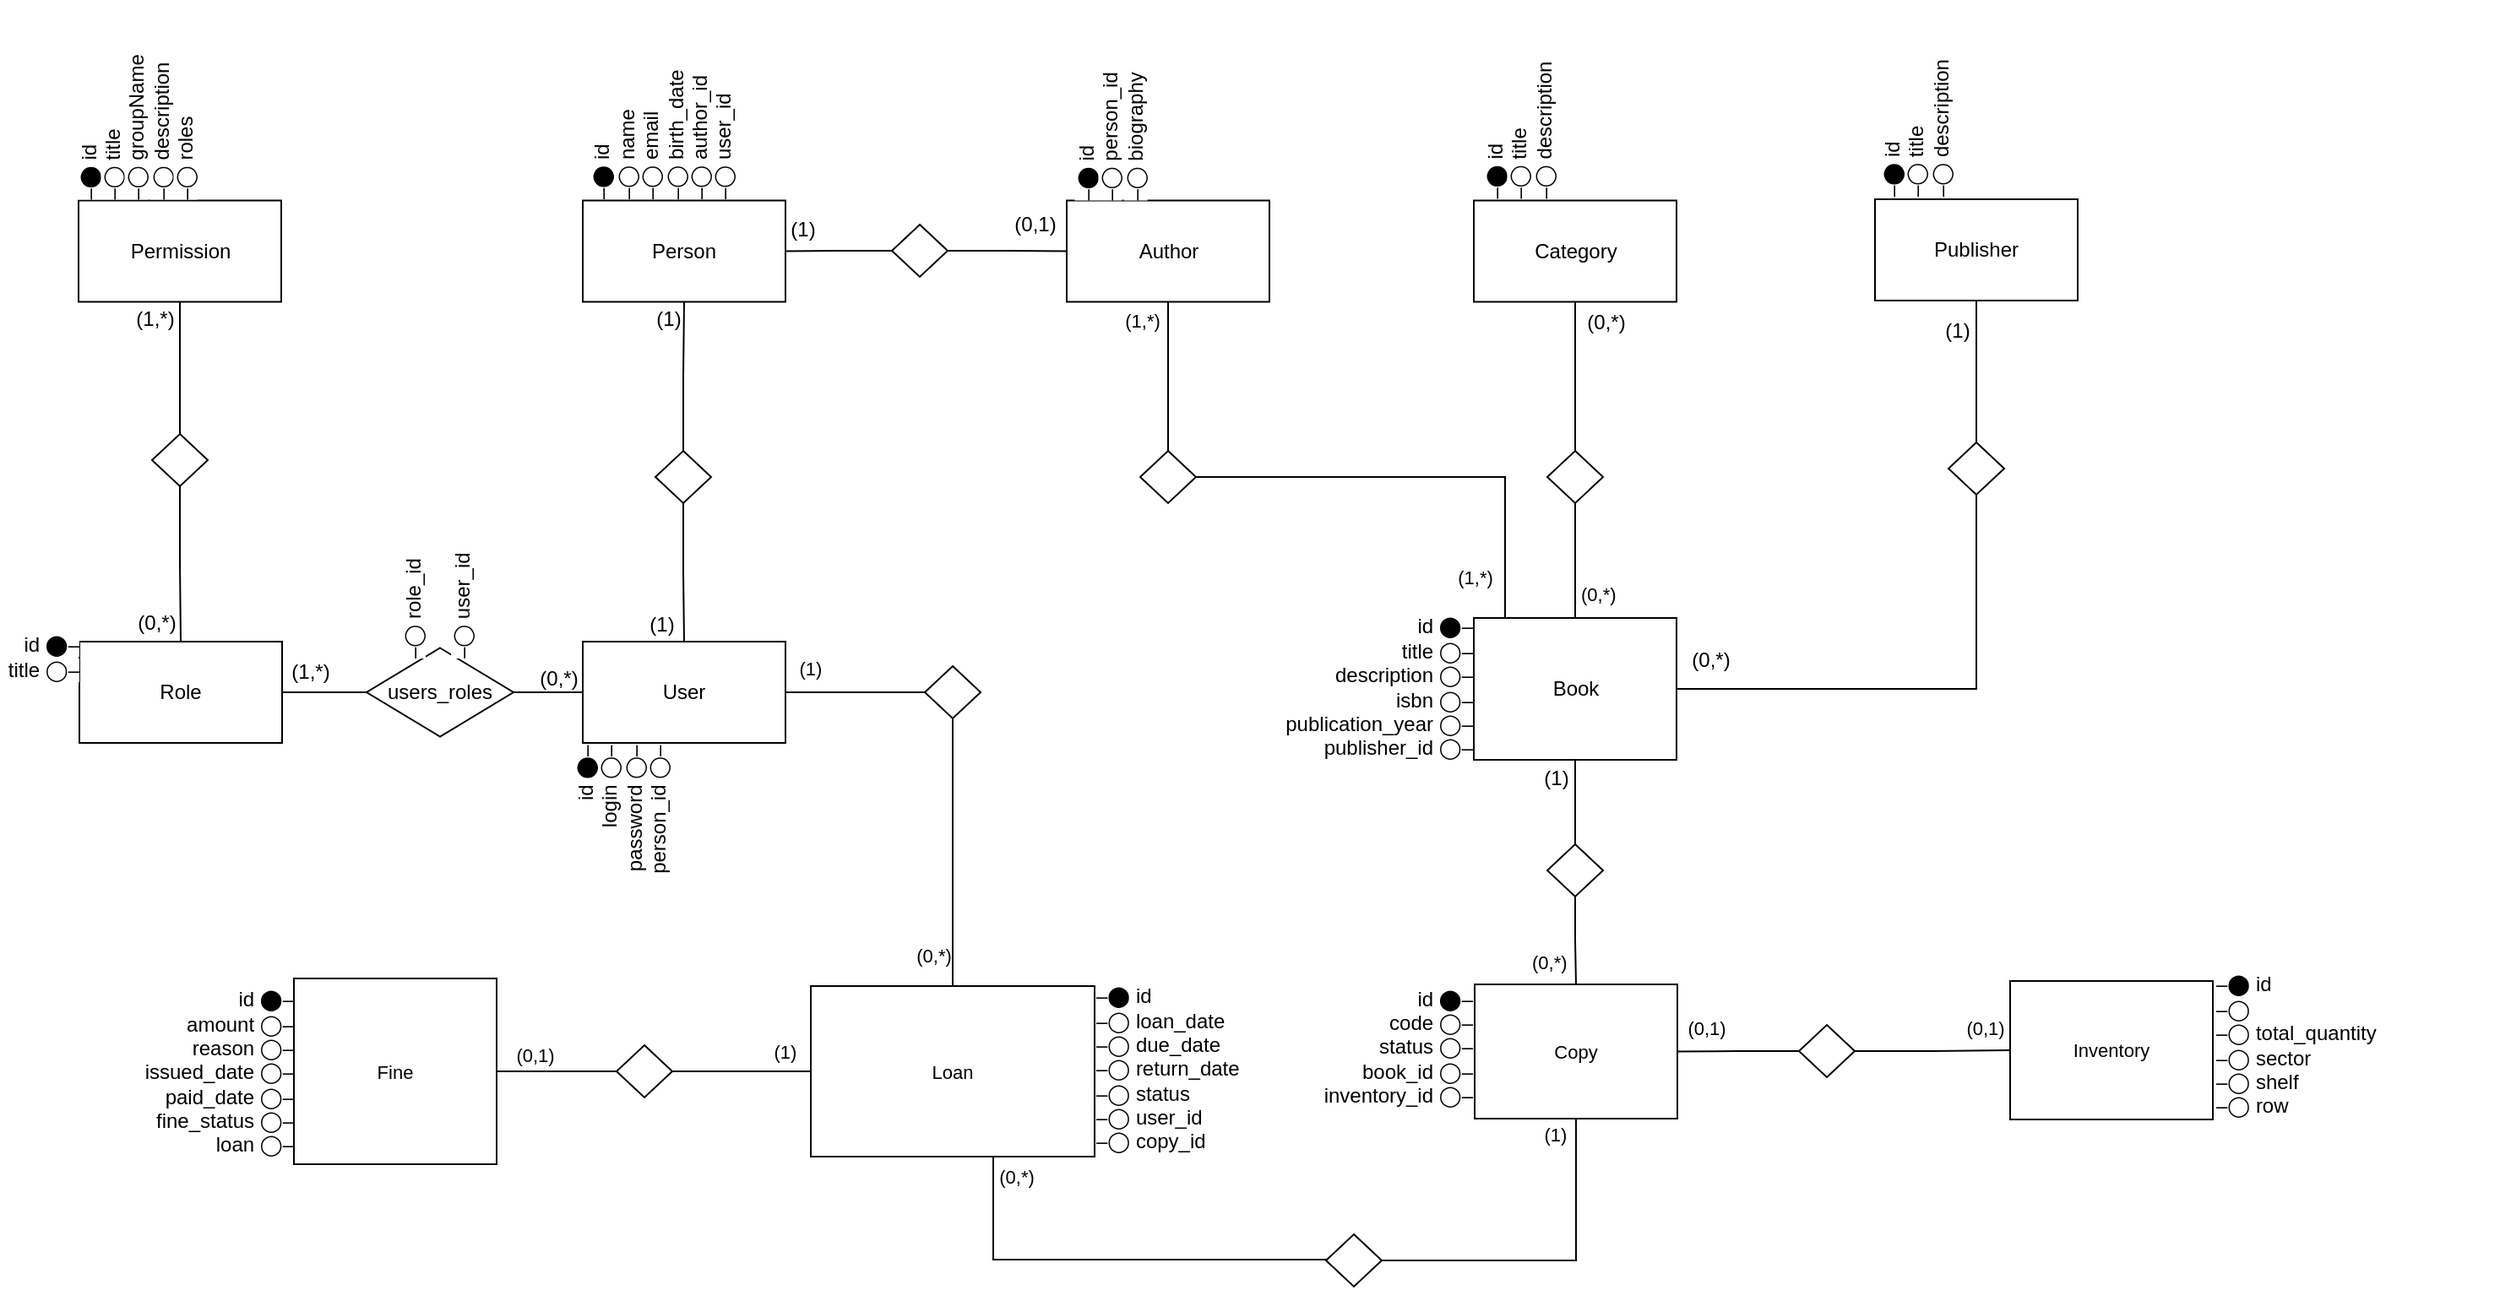
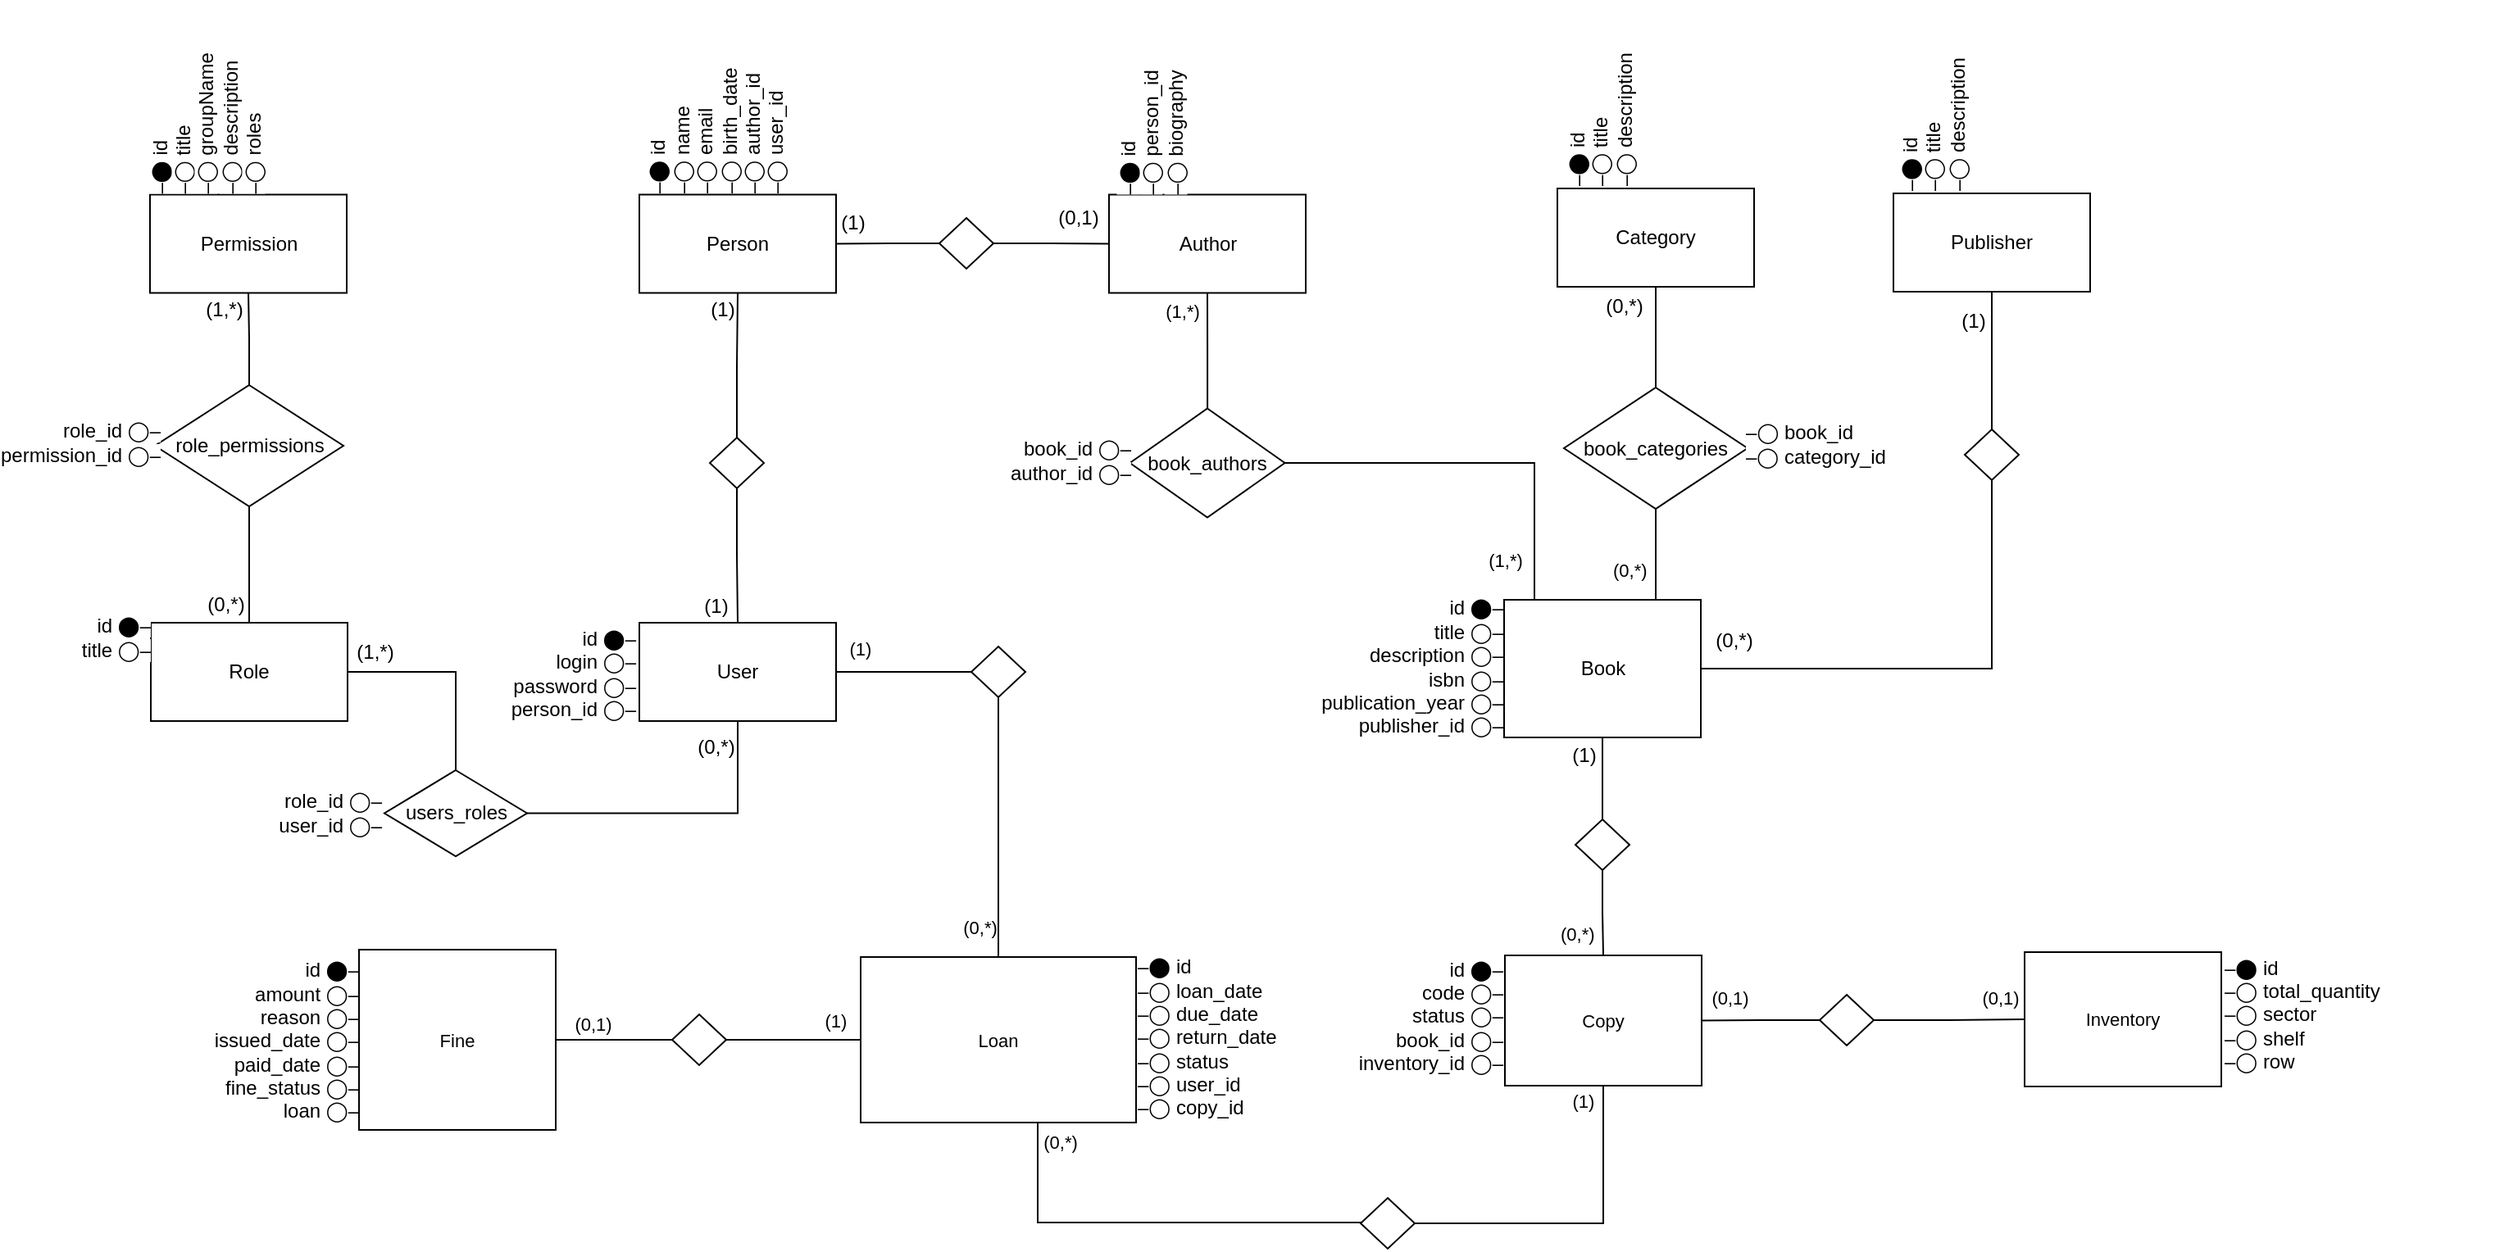
<mxfile host="Electron" agent="Mozilla/5.0 (X11; Linux x86_64) AppleWebKit/537.36 (KHTML, like Gecko) draw.io/28.2.5 Chrome/138.0.7204.251 Electron/37.6.1 Safari/537.36" version="28.2.5">
  <diagram name="Página-1" id="NeztETP3vbkpMINfoN8F">
-     <mxGraphModel dx="679" dy="1570" grid="0" gridSize="10" guides="1" tooltips="1" connect="1" arrows="1" fold="1" page="1" pageScale="1" pageWidth="827" pageHeight="1169" math="0" shadow="0">
+     <mxGraphModel dx="1678" dy="2161" grid="0" gridSize="10" guides="1" tooltips="1" connect="1" arrows="1" fold="1" page="1" pageScale="1" pageWidth="827" pageHeight="1169" math="0" shadow="0">
      <root>
        <mxCell id="0" />
        <mxCell id="1" parent="0" />
        <mxCell id="3jGHM4gsDuUQgRvfTwW8-13" value="" style="group" parent="1" vertex="1" connectable="0">
          <mxGeometry x="349" y="-862.75" width="124.5" height="171.5" as="geometry" />
        </mxCell>
        <mxCell id="3jGHM4gsDuUQgRvfTwW8-1" value="Permission" style="rounded=0;whiteSpace=wrap;html=1;" parent="3jGHM4gsDuUQgRvfTwW8-13" vertex="1">
          <mxGeometry x="4.5" y="111.5" width="120" height="60" as="geometry" />
        </mxCell>
        <mxCell id="3jGHM4gsDuUQgRvfTwW8-8" value="&lt;div&gt;&lt;span style=&quot;background-color: rgb(255, 255, 255);&quot;&gt;&lt;span style=&quot;background-color: transparent; color: light-dark(rgb(0, 0, 0), rgb(255, 255, 255));&quot;&gt;–⬤&lt;/span&gt;&amp;nbsp;id&lt;/span&gt;&lt;/div&gt;&lt;span style=&quot;background-color: rgb(255, 255, 255);&quot;&gt;–◯ title&lt;/span&gt;&lt;div style=&quot;&quot;&gt;&lt;span style=&quot;background-color: rgb(255, 255, 255); color: light-dark(rgb(0, 0, 0), rgb(255, 255, 255));&quot;&gt;–◯&amp;nbsp;&lt;/span&gt;groupName&lt;/div&gt;&lt;div style=&quot;&quot;&gt;&lt;span style=&quot;background-color: rgb(255, 255, 255); color: light-dark(rgb(0, 0, 0), rgb(255, 255, 255));&quot;&gt;–◯&lt;/span&gt;&amp;nbsp;description&lt;/div&gt;&lt;div style=&quot;&quot;&gt;&lt;span style=&quot;background-color: rgb(255, 255, 255); color: light-dark(rgb(0, 0, 0), rgb(255, 255, 255));&quot;&gt;–◯&lt;/span&gt;&amp;nbsp;roles&lt;/div&gt;" style="text;html=1;align=left;verticalAlign=middle;whiteSpace=wrap;rounded=0;rotation=-90;fillColor=none;" parent="3jGHM4gsDuUQgRvfTwW8-13" vertex="1">
          <mxGeometry x="-17.5" y="17.5" width="113" height="78" as="geometry" />
        </mxCell>
        <mxCell id="3jGHM4gsDuUQgRvfTwW8-15" value="" style="group" parent="1" vertex="1" connectable="0">
          <mxGeometry x="938.5" y="-842.25" width="120" height="151" as="geometry" />
        </mxCell>
        <mxCell id="3jGHM4gsDuUQgRvfTwW8-3" value="Author" style="whiteSpace=wrap;html=1;" parent="3jGHM4gsDuUQgRvfTwW8-15" vertex="1">
          <mxGeometry y="91" width="120" height="60" as="geometry" />
        </mxCell>
        <mxCell id="3jGHM4gsDuUQgRvfTwW8-12" value="&lt;div&gt;&lt;span style=&quot;background-color: rgb(255, 255, 255);&quot;&gt;&lt;span style=&quot;background-color: transparent; color: light-dark(rgb(0, 0, 0), rgb(255, 255, 255));&quot;&gt;–⬤&lt;/span&gt;&amp;nbsp;id&lt;/span&gt;&lt;/div&gt;&lt;span style=&quot;background-color: rgb(255, 255, 255);&quot;&gt;–◯&amp;nbsp;&lt;/span&gt;&lt;span style=&quot;background-color: transparent;&quot;&gt;person_id&lt;br&gt;&lt;/span&gt;&lt;div&gt;&lt;span style=&quot;background-color: rgb(255, 255, 255); color: light-dark(rgb(0, 0, 0), rgb(255, 255, 255));&quot;&gt;–◯&amp;nbsp;&lt;/span&gt;biography&lt;/div&gt;" style="text;html=1;align=left;verticalAlign=middle;whiteSpace=wrap;rounded=0;rotation=-90;fillColor=none;" parent="3jGHM4gsDuUQgRvfTwW8-15" vertex="1">
          <mxGeometry x="-21" y="22" width="93" height="49" as="geometry" />
        </mxCell>
-         <mxCell id="3jGHM4gsDuUQgRvfTwW8-19" value="" style="group" parent="1" vertex="1" connectable="0">
-           <mxGeometry x="1179.5" y="-842.25" width="120" height="151" as="geometry" />
-         </mxCell>
-         <mxCell id="3jGHM4gsDuUQgRvfTwW8-5" value="Category" style="whiteSpace=wrap;html=1;" parent="3jGHM4gsDuUQgRvfTwW8-19" vertex="1">
-           <mxGeometry y="91" width="120" height="60" as="geometry" />
-         </mxCell>
-         <mxCell id="3jGHM4gsDuUQgRvfTwW8-16" value="&lt;div&gt;&lt;span style=&quot;background-color: rgb(255, 255, 255);&quot;&gt;&lt;span style=&quot;background-color: transparent; color: light-dark(rgb(0, 0, 0), rgb(255, 255, 255));&quot;&gt;–⬤&lt;/span&gt;&amp;nbsp;id&lt;/span&gt;&lt;/div&gt;&lt;span style=&quot;background-color: rgb(255, 255, 255);&quot;&gt;–◯ t&lt;/span&gt;itle&lt;br&gt;&lt;div&gt;&lt;span style=&quot;background-color: rgb(255, 255, 255); color: light-dark(rgb(0, 0, 0), rgb(255, 255, 255));&quot;&gt;–◯&lt;/span&gt;&amp;nbsp;description&lt;br&gt;&lt;/div&gt;" style="text;html=1;align=left;verticalAlign=middle;whiteSpace=wrap;rounded=0;rotation=-90;fillColor=none;" parent="3jGHM4gsDuUQgRvfTwW8-19" vertex="1">
-           <mxGeometry x="-19.5" y="20.5" width="92" height="51" as="geometry" />
-         </mxCell>
        <mxCell id="3jGHM4gsDuUQgRvfTwW8-20" value="" style="group" parent="1" vertex="1" connectable="0">
          <mxGeometry x="1416" y="-843" width="121" height="151" as="geometry" />
        </mxCell>
        <mxCell id="3jGHM4gsDuUQgRvfTwW8-6" value="Publisher" style="whiteSpace=wrap;html=1;" parent="3jGHM4gsDuUQgRvfTwW8-20" vertex="1">
          <mxGeometry x="1" y="91" width="120" height="60" as="geometry" />
        </mxCell>
        <mxCell id="3jGHM4gsDuUQgRvfTwW8-18" value="&lt;div&gt;&lt;span style=&quot;background-color: rgb(255, 255, 255);&quot;&gt;&lt;span style=&quot;background-color: transparent; color: light-dark(rgb(0, 0, 0), rgb(255, 255, 255));&quot;&gt;–⬤&lt;/span&gt;&amp;nbsp;id&lt;/span&gt;&lt;/div&gt;&lt;span style=&quot;background-color: rgb(255, 255, 255);&quot;&gt;–◯ t&lt;/span&gt;itle&lt;br&gt;&lt;div&gt;&lt;span style=&quot;background-color: rgb(255, 255, 255); color: light-dark(rgb(0, 0, 0), rgb(255, 255, 255));&quot;&gt;–◯&lt;/span&gt;&amp;nbsp;description&lt;br&gt;&lt;/div&gt;" style="text;html=1;align=left;verticalAlign=middle;whiteSpace=wrap;rounded=0;rotation=-90;fillColor=none;" parent="3jGHM4gsDuUQgRvfTwW8-20" vertex="1">
          <mxGeometry x="-20.5" y="20.5" width="92" height="51" as="geometry" />
        </mxCell>
        <mxCell id="3jGHM4gsDuUQgRvfTwW8-30" value="" style="group" parent="1" vertex="1" connectable="0">
          <mxGeometry x="1061.5" y="-509" width="238" height="91" as="geometry" />
        </mxCell>
        <mxCell id="3jGHM4gsDuUQgRvfTwW8-28" value="&lt;div&gt;&lt;span style=&quot;background-color: rgb(255, 255, 255);&quot;&gt;id&amp;nbsp;&lt;/span&gt;&lt;span style=&quot;background-color: rgb(255, 255, 255); color: light-dark(rgb(0, 0, 0), rgb(255, 255, 255));&quot;&gt;⬤&lt;/span&gt;&lt;span style=&quot;background-color: rgb(255, 255, 255); color: light-dark(rgb(0, 0, 0), rgb(255, 255, 255));&quot;&gt;–&lt;/span&gt;&lt;/div&gt;title&amp;nbsp;&lt;span style=&quot;background-color: rgb(255, 255, 255);&quot;&gt;◯&lt;/span&gt;&lt;span style=&quot;background-color: rgb(255, 255, 255);&quot;&gt;–&lt;/span&gt;&lt;br&gt;&lt;div&gt;description&lt;span style=&quot;background-color: transparent; color: light-dark(rgb(0, 0, 0), rgb(255, 255, 255));&quot;&gt;&amp;nbsp;&lt;/span&gt;&lt;span style=&quot;color: light-dark(rgb(0, 0, 0), rgb(255, 255, 255)); background-color: rgb(255, 255, 255);&quot;&gt;◯&lt;/span&gt;&lt;span style=&quot;color: light-dark(rgb(0, 0, 0), rgb(255, 255, 255)); background-color: rgb(255, 255, 255);&quot;&gt;–&lt;/span&gt;&lt;/div&gt;&lt;div&gt;isbn&amp;nbsp;&lt;span style=&quot;background-color: rgb(255, 255, 255);&quot;&gt;◯&lt;/span&gt;&lt;span style=&quot;background-color: rgb(255, 255, 255);&quot;&gt;–&lt;/span&gt;&lt;br&gt;&lt;div&gt;&lt;span style=&quot;background-color: rgb(255, 255, 255); color: light-dark(rgb(0, 0, 0), rgb(255, 255, 255));&quot;&gt;&amp;nbsp;&lt;/span&gt;publication_year&lt;span style=&quot;background-color: transparent; color: light-dark(rgb(0, 0, 0), rgb(255, 255, 255));&quot;&gt;&amp;nbsp;&lt;/span&gt;&lt;span style=&quot;color: light-dark(rgb(0, 0, 0), rgb(255, 255, 255)); background-color: rgb(255, 255, 255);&quot;&gt;◯&lt;/span&gt;&lt;span style=&quot;color: light-dark(rgb(0, 0, 0), rgb(255, 255, 255)); background-color: rgb(255, 255, 255);&quot;&gt;–&lt;/span&gt;&lt;/div&gt;&lt;/div&gt;&lt;div&gt;publisher_id&lt;span style=&quot;background-color: transparent; color: light-dark(rgb(0, 0, 0), rgb(255, 255, 255));&quot;&gt;&amp;nbsp;&lt;/span&gt;&lt;span style=&quot;color: light-dark(rgb(0, 0, 0), rgb(255, 255, 255)); background-color: rgb(255, 255, 255);&quot;&gt;◯&lt;/span&gt;&lt;span style=&quot;color: light-dark(rgb(0, 0, 0), rgb(255, 255, 255)); background-color: rgb(255, 255, 255);&quot;&gt;–&lt;/span&gt;&lt;/div&gt;" style="text;html=1;align=right;verticalAlign=middle;whiteSpace=wrap;rounded=0;rotation=0;fillColor=none;" parent="3jGHM4gsDuUQgRvfTwW8-30" vertex="1">
          <mxGeometry width="119" height="91" as="geometry" />
        </mxCell>
        <mxCell id="3jGHM4gsDuUQgRvfTwW8-23" value="Book" style="whiteSpace=wrap;html=1;" parent="3jGHM4gsDuUQgRvfTwW8-30" vertex="1">
          <mxGeometry x="118" y="5" width="120" height="84" as="geometry" />
        </mxCell>
        <mxCell id="3jGHM4gsDuUQgRvfTwW8-31" value="" style="group" parent="1" vertex="1" connectable="0">
          <mxGeometry x="307" y="-497" width="167" height="67" as="geometry" />
        </mxCell>
        <mxCell id="3jGHM4gsDuUQgRvfTwW8-21" value="Role" style="whiteSpace=wrap;html=1;" parent="3jGHM4gsDuUQgRvfTwW8-31" vertex="1">
          <mxGeometry x="47" y="7" width="120" height="60" as="geometry" />
        </mxCell>
        <mxCell id="3jGHM4gsDuUQgRvfTwW8-24" value="&lt;div&gt;&lt;span style=&quot;background-color: rgb(255, 255, 255);&quot;&gt;id&amp;nbsp;&lt;/span&gt;&lt;span style=&quot;background-color: rgb(255, 255, 255); color: light-dark(rgb(0, 0, 0), rgb(255, 255, 255));&quot;&gt;⬤&lt;/span&gt;&lt;span style=&quot;background-color: rgb(255, 255, 255); color: light-dark(rgb(0, 0, 0), rgb(255, 255, 255));&quot;&gt;–&lt;/span&gt;&lt;/div&gt;&lt;span style=&quot;background-color: rgb(255, 255, 255);&quot;&gt;title&amp;nbsp;&lt;/span&gt;&lt;span style=&quot;background-color: rgb(255, 255, 255);&quot;&gt;◯&lt;/span&gt;&lt;span style=&quot;background-color: rgb(255, 255, 255);&quot;&gt;–&lt;/span&gt;" style="text;html=1;align=right;verticalAlign=middle;whiteSpace=wrap;rounded=0;rotation=0;fillColor=none;" parent="3jGHM4gsDuUQgRvfTwW8-31" vertex="1">
          <mxGeometry width="49" height="31" as="geometry" />
        </mxCell>
        <mxCell id="3jGHM4gsDuUQgRvfTwW8-33" style="edgeStyle=orthogonalEdgeStyle;rounded=0;orthogonalLoop=1;jettySize=auto;html=1;endArrow=none;endFill=0;" parent="1" source="3jGHM4gsDuUQgRvfTwW8-32" target="3jGHM4gsDuUQgRvfTwW8-1" edge="1">
          <mxGeometry relative="1" as="geometry" />
        </mxCell>
        <mxCell id="3jGHM4gsDuUQgRvfTwW8-34" style="edgeStyle=orthogonalEdgeStyle;rounded=0;orthogonalLoop=1;jettySize=auto;html=1;endArrow=none;endFill=0;" parent="1" source="3jGHM4gsDuUQgRvfTwW8-32" target="3jGHM4gsDuUQgRvfTwW8-21" edge="1">
          <mxGeometry relative="1" as="geometry" />
        </mxCell>
-         <mxCell id="3jGHM4gsDuUQgRvfTwW8-32" value="" style="rhombus;whiteSpace=wrap;html=1;" parent="1" vertex="1">
-           <mxGeometry x="397" y="-613" width="33" height="31" as="geometry" />
+         <mxCell id="3jGHM4gsDuUQgRvfTwW8-32" value="role_permissions" style="rhombus;whiteSpace=wrap;html=1;" parent="1" vertex="1">
+           <mxGeometry x="356.5" y="-635" width="115" height="74" as="geometry" />
        </mxCell>
        <mxCell id="3jGHM4gsDuUQgRvfTwW8-35" value="(1,*)" style="text;html=1;whiteSpace=wrap;strokeColor=none;fillColor=none;align=center;verticalAlign=middle;rounded=0;" parent="1" vertex="1">
          <mxGeometry x="388" y="-692" width="22" height="21" as="geometry" />
        </mxCell>
        <mxCell id="3jGHM4gsDuUQgRvfTwW8-36" value="(0,*)" style="text;html=1;whiteSpace=wrap;strokeColor=none;fillColor=none;align=center;verticalAlign=middle;rounded=0;" parent="1" vertex="1">
          <mxGeometry x="389" y="-513" width="22" height="23.37391304347826" as="geometry" />
        </mxCell>
        <mxCell id="3jGHM4gsDuUQgRvfTwW8-40" style="edgeStyle=orthogonalEdgeStyle;shape=connector;rounded=0;orthogonalLoop=1;jettySize=auto;html=1;strokeColor=default;align=center;verticalAlign=middle;fontFamily=Helvetica;fontSize=11;fontColor=default;labelBackgroundColor=default;endArrow=none;endFill=0;" parent="1" source="3jGHM4gsDuUQgRvfTwW8-37" target="3jGHM4gsDuUQgRvfTwW8-22" edge="1">
          <mxGeometry relative="1" as="geometry" />
        </mxCell>
        <mxCell id="3jGHM4gsDuUQgRvfTwW8-37" value="users_roles" style="rhombus;whiteSpace=wrap;html=1;" parent="1" vertex="1">
-           <mxGeometry x="524" y="-486.25" width="87" height="52.5" as="geometry" />
+           <mxGeometry x="496.5" y="-400" width="87" height="52.5" as="geometry" />
        </mxCell>
        <mxCell id="3jGHM4gsDuUQgRvfTwW8-38" value="" style="edgeStyle=orthogonalEdgeStyle;shape=connector;rounded=0;orthogonalLoop=1;jettySize=auto;html=1;strokeColor=default;align=center;verticalAlign=middle;fontFamily=Helvetica;fontSize=11;fontColor=default;labelBackgroundColor=default;endArrow=none;endFill=0;" parent="1" source="3jGHM4gsDuUQgRvfTwW8-21" target="3jGHM4gsDuUQgRvfTwW8-37" edge="1">
-           <mxGeometry relative="1" as="geometry" />
+           <mxGeometry relative="1" as="geometry">
+             <Array as="points">
+               <mxPoint x="540" y="-460" />
+             </Array>
+           </mxGeometry>
        </mxCell>
        <mxCell id="3jGHM4gsDuUQgRvfTwW8-42" value="(1,*)" style="text;html=1;whiteSpace=wrap;strokeColor=none;fillColor=none;align=center;verticalAlign=middle;rounded=0;" parent="1" vertex="1">
          <mxGeometry x="480" y="-484" width="22" height="23.37391304347826" as="geometry" />
        </mxCell>
        <mxCell id="3jGHM4gsDuUQgRvfTwW8-43" value="(0,*)" style="text;html=1;whiteSpace=wrap;strokeColor=none;fillColor=none;align=center;verticalAlign=middle;rounded=0;" parent="1" vertex="1">
-           <mxGeometry x="627" y="-479" width="22" height="21" as="geometry" />
+           <mxGeometry x="688" y="-425" width="22" height="21" as="geometry" />
        </mxCell>
        <mxCell id="3jGHM4gsDuUQgRvfTwW8-90" style="edgeStyle=orthogonalEdgeStyle;shape=connector;rounded=0;orthogonalLoop=1;jettySize=auto;html=1;strokeColor=default;align=center;verticalAlign=middle;fontFamily=Helvetica;fontSize=11;fontColor=default;labelBackgroundColor=default;endArrow=none;endFill=0;" parent="1" source="3jGHM4gsDuUQgRvfTwW8-22" target="3jGHM4gsDuUQgRvfTwW8-88" edge="1">
          <mxGeometry relative="1" as="geometry" />
        </mxCell>
        <mxCell id="3jGHM4gsDuUQgRvfTwW8-22" value="User" style="whiteSpace=wrap;html=1;" parent="1" vertex="1">
          <mxGeometry x="652" y="-490" width="120" height="60" as="geometry" />
        </mxCell>
-         <mxCell id="3jGHM4gsDuUQgRvfTwW8-26" value="&lt;div&gt;&lt;span style=&quot;background-color: rgb(255, 255, 255);&quot;&gt;&amp;nbsp;id&amp;nbsp;&lt;/span&gt;&lt;span style=&quot;background-color: rgb(255, 255, 255); color: light-dark(rgb(0, 0, 0), rgb(255, 255, 255));&quot;&gt;⬤&lt;/span&gt;&lt;span style=&quot;background-color: rgb(255, 255, 255); color: light-dark(rgb(0, 0, 0), rgb(255, 255, 255));&quot;&gt;–&lt;/span&gt;&lt;/div&gt;&lt;span style=&quot;background-color: rgb(255, 255, 255);&quot;&gt;&amp;nbsp;&lt;/span&gt;login&amp;nbsp;&lt;span style=&quot;background-color: rgb(255, 255, 255);&quot;&gt;◯&lt;/span&gt;&lt;span style=&quot;background-color: rgb(255, 255, 255);&quot;&gt;–&lt;/span&gt;&lt;br&gt;password&amp;nbsp;&lt;span style=&quot;background-color: rgb(255, 255, 255);&quot;&gt;◯&lt;/span&gt;&lt;span style=&quot;background-color: rgb(255, 255, 255);&quot;&gt;–&lt;/span&gt;&lt;span style=&quot;background-color: transparent; color: light-dark(rgb(0, 0, 0), rgb(255, 255, 255));&quot;&gt;&amp;nbsp;person_id&lt;/span&gt;&lt;span style=&quot;background-color: transparent; color: light-dark(rgb(0, 0, 0), rgb(255, 255, 255));&quot;&gt;&amp;nbsp;&lt;/span&gt;&lt;span style=&quot;color: light-dark(rgb(0, 0, 0), rgb(255, 255, 255)); background-color: rgb(255, 255, 255);&quot;&gt;◯&lt;/span&gt;&lt;span style=&quot;color: light-dark(rgb(0, 0, 0), rgb(255, 255, 255)); background-color: rgb(255, 255, 255);&quot;&gt;–&lt;/span&gt;" style="text;html=1;align=right;verticalAlign=middle;whiteSpace=wrap;rounded=0;rotation=-90;fillColor=none;" parent="1" vertex="1">
-           <mxGeometry x="629.25" y="-414" width="91.75" height="58" as="geometry" />
+         <mxCell id="3jGHM4gsDuUQgRvfTwW8-26" value="&lt;div&gt;&lt;span style=&quot;background-color: rgb(255, 255, 255);&quot;&gt;&amp;nbsp;id&amp;nbsp;&lt;/span&gt;&lt;span style=&quot;background-color: rgb(255, 255, 255); color: light-dark(rgb(0, 0, 0), rgb(255, 255, 255));&quot;&gt;⬤&lt;/span&gt;&lt;span style=&quot;background-color: rgb(255, 255, 255); color: light-dark(rgb(0, 0, 0), rgb(255, 255, 255));&quot;&gt;–&lt;/span&gt;&lt;/div&gt;&lt;span style=&quot;background-color: rgb(255, 255, 255);&quot;&gt;&amp;nbsp;&lt;/span&gt;login&amp;nbsp;&lt;span style=&quot;background-color: rgb(255, 255, 255);&quot;&gt;◯&lt;/span&gt;&lt;span style=&quot;background-color: rgb(255, 255, 255);&quot;&gt;–&lt;/span&gt;&lt;br&gt;password&amp;nbsp;&lt;span style=&quot;background-color: rgb(255, 255, 255);&quot;&gt;◯&lt;/span&gt;&lt;span style=&quot;background-color: rgb(255, 255, 255);&quot;&gt;–&lt;/span&gt;&lt;span style=&quot;background-color: transparent; color: light-dark(rgb(0, 0, 0), rgb(255, 255, 255));&quot;&gt;&amp;nbsp;person_id&lt;/span&gt;&lt;span style=&quot;background-color: transparent; color: light-dark(rgb(0, 0, 0), rgb(255, 255, 255));&quot;&gt;&amp;nbsp;&lt;/span&gt;&lt;span style=&quot;color: light-dark(rgb(0, 0, 0), rgb(255, 255, 255)); background-color: rgb(255, 255, 255);&quot;&gt;◯&lt;/span&gt;&lt;span style=&quot;color: light-dark(rgb(0, 0, 0), rgb(255, 255, 255)); background-color: rgb(255, 255, 255);&quot;&gt;–&lt;/span&gt;" style="text;html=1;align=right;verticalAlign=middle;whiteSpace=wrap;rounded=0;rotation=0;fillColor=none;" parent="1" vertex="1">
+           <mxGeometry x="560.25" y="-488" width="91.75" height="58" as="geometry" />
        </mxCell>
        <mxCell id="3jGHM4gsDuUQgRvfTwW8-45" style="edgeStyle=orthogonalEdgeStyle;shape=connector;rounded=0;orthogonalLoop=1;jettySize=auto;html=1;strokeColor=default;align=center;verticalAlign=middle;fontFamily=Helvetica;fontSize=11;fontColor=default;labelBackgroundColor=default;endArrow=none;endFill=0;" parent="1" source="3jGHM4gsDuUQgRvfTwW8-44" target="3jGHM4gsDuUQgRvfTwW8-22" edge="1">
          <mxGeometry relative="1" as="geometry" />
        </mxCell>
        <mxCell id="3jGHM4gsDuUQgRvfTwW8-46" value="" style="edgeStyle=orthogonalEdgeStyle;shape=connector;rounded=0;orthogonalLoop=1;jettySize=auto;html=1;strokeColor=default;align=center;verticalAlign=middle;fontFamily=Helvetica;fontSize=11;fontColor=default;labelBackgroundColor=default;endArrow=none;endFill=0;" parent="1" source="3jGHM4gsDuUQgRvfTwW8-44" target="3jGHM4gsDuUQgRvfTwW8-2" edge="1">
          <mxGeometry relative="1" as="geometry" />
        </mxCell>
        <mxCell id="3jGHM4gsDuUQgRvfTwW8-44" value="" style="rhombus;whiteSpace=wrap;html=1;" parent="1" vertex="1">
          <mxGeometry x="695" y="-603" width="33" height="31" as="geometry" />
        </mxCell>
        <mxCell id="3jGHM4gsDuUQgRvfTwW8-53" value="(1)" style="text;html=1;whiteSpace=wrap;strokeColor=none;fillColor=none;align=center;verticalAlign=middle;rounded=0;" parent="1" vertex="1">
          <mxGeometry x="688" y="-510.63" width="22" height="21" as="geometry" />
        </mxCell>
        <mxCell id="3jGHM4gsDuUQgRvfTwW8-54" value="(1)" style="text;html=1;whiteSpace=wrap;strokeColor=none;fillColor=none;align=center;verticalAlign=middle;rounded=0;" parent="1" vertex="1">
          <mxGeometry x="692" y="-691.25" width="22" height="21" as="geometry" />
        </mxCell>
        <mxCell id="3jGHM4gsDuUQgRvfTwW8-57" style="edgeStyle=orthogonalEdgeStyle;shape=connector;rounded=0;orthogonalLoop=1;jettySize=auto;html=1;strokeColor=default;align=center;verticalAlign=middle;fontFamily=Helvetica;fontSize=11;fontColor=default;labelBackgroundColor=default;endArrow=none;endFill=0;" parent="1" source="3jGHM4gsDuUQgRvfTwW8-55" target="3jGHM4gsDuUQgRvfTwW8-2" edge="1">
          <mxGeometry relative="1" as="geometry" />
        </mxCell>
        <mxCell id="3jGHM4gsDuUQgRvfTwW8-58" style="edgeStyle=orthogonalEdgeStyle;shape=connector;rounded=0;orthogonalLoop=1;jettySize=auto;html=1;strokeColor=default;align=center;verticalAlign=middle;fontFamily=Helvetica;fontSize=11;fontColor=default;labelBackgroundColor=default;endArrow=none;endFill=0;" parent="1" source="3jGHM4gsDuUQgRvfTwW8-55" target="3jGHM4gsDuUQgRvfTwW8-3" edge="1">
          <mxGeometry relative="1" as="geometry" />
        </mxCell>
        <mxCell id="3jGHM4gsDuUQgRvfTwW8-55" value="" style="rhombus;whiteSpace=wrap;html=1;" parent="1" vertex="1">
          <mxGeometry x="835" y="-737" width="33" height="31" as="geometry" />
        </mxCell>
        <mxCell id="3jGHM4gsDuUQgRvfTwW8-59" value="(1)" style="text;html=1;whiteSpace=wrap;strokeColor=none;fillColor=none;align=center;verticalAlign=middle;rounded=0;" parent="1" vertex="1">
          <mxGeometry x="773" y="-744" width="19.105555555555554" height="19.480122324159016" as="geometry" />
        </mxCell>
        <mxCell id="3jGHM4gsDuUQgRvfTwW8-61" value="(0,1)" style="text;html=1;whiteSpace=wrap;strokeColor=none;fillColor=none;align=center;verticalAlign=middle;rounded=0;" parent="1" vertex="1">
          <mxGeometry x="904.5" y="-747" width="30" height="20" as="geometry" />
        </mxCell>
        <mxCell id="3jGHM4gsDuUQgRvfTwW8-63" style="edgeStyle=orthogonalEdgeStyle;shape=connector;rounded=0;orthogonalLoop=1;jettySize=auto;html=1;strokeColor=default;align=center;verticalAlign=middle;fontFamily=Helvetica;fontSize=11;fontColor=default;labelBackgroundColor=default;endArrow=none;endFill=0;" parent="1" source="3jGHM4gsDuUQgRvfTwW8-62" target="3jGHM4gsDuUQgRvfTwW8-3" edge="1">
          <mxGeometry relative="1" as="geometry" />
        </mxCell>
        <mxCell id="3jGHM4gsDuUQgRvfTwW8-64" style="edgeStyle=orthogonalEdgeStyle;shape=connector;rounded=0;orthogonalLoop=1;jettySize=auto;html=1;strokeColor=default;align=center;verticalAlign=middle;fontFamily=Helvetica;fontSize=11;fontColor=default;labelBackgroundColor=default;endArrow=none;endFill=0;" parent="1" source="3jGHM4gsDuUQgRvfTwW8-62" target="3jGHM4gsDuUQgRvfTwW8-23" edge="1">
          <mxGeometry relative="1" as="geometry">
            <Array as="points">
              <mxPoint x="1198" y="-587" />
            </Array>
          </mxGeometry>
        </mxCell>
-         <mxCell id="3jGHM4gsDuUQgRvfTwW8-62" value="" style="rhombus;whiteSpace=wrap;html=1;" parent="1" vertex="1">
-           <mxGeometry x="982" y="-603" width="33" height="31" as="geometry" />
+         <mxCell id="3jGHM4gsDuUQgRvfTwW8-62" value="book_authors" style="rhombus;whiteSpace=wrap;html=1;" parent="1" vertex="1">
+           <mxGeometry x="951.25" y="-620.75" width="94.5" height="66.5" as="geometry" />
        </mxCell>
        <mxCell id="3jGHM4gsDuUQgRvfTwW8-65" value="(1,*)" style="text;html=1;whiteSpace=wrap;strokeColor=none;fillColor=none;align=center;verticalAlign=middle;rounded=0;fontFamily=Helvetica;fontSize=11;fontColor=default;labelBackgroundColor=default;" parent="1" vertex="1">
          <mxGeometry x="968" y="-691.25" width="31" height="23" as="geometry" />
        </mxCell>
        <mxCell id="3jGHM4gsDuUQgRvfTwW8-66" value="(1,*)" style="text;html=1;whiteSpace=wrap;strokeColor=none;fillColor=none;align=center;verticalAlign=middle;rounded=0;fontFamily=Helvetica;fontSize=11;fontColor=default;labelBackgroundColor=default;" parent="1" vertex="1">
          <mxGeometry x="1165" y="-542.52" width="31" height="29.516666666666662" as="geometry" />
        </mxCell>
        <mxCell id="3jGHM4gsDuUQgRvfTwW8-68" style="edgeStyle=orthogonalEdgeStyle;shape=connector;rounded=0;orthogonalLoop=1;jettySize=auto;html=1;strokeColor=default;align=center;verticalAlign=middle;fontFamily=Helvetica;fontSize=11;fontColor=default;labelBackgroundColor=default;endArrow=none;endFill=0;" parent="1" source="3jGHM4gsDuUQgRvfTwW8-67" target="3jGHM4gsDuUQgRvfTwW8-23" edge="1">
-           <mxGeometry relative="1" as="geometry" />
+           <mxGeometry relative="1" as="geometry">
+             <Array as="points">
+               <mxPoint x="1272" y="-517" />
+               <mxPoint x="1272" y="-517" />
+             </Array>
+           </mxGeometry>
        </mxCell>
        <mxCell id="3jGHM4gsDuUQgRvfTwW8-69" style="edgeStyle=orthogonalEdgeStyle;shape=connector;rounded=0;orthogonalLoop=1;jettySize=auto;html=1;strokeColor=default;align=center;verticalAlign=middle;fontFamily=Helvetica;fontSize=11;fontColor=default;labelBackgroundColor=default;endArrow=none;endFill=0;" parent="1" source="3jGHM4gsDuUQgRvfTwW8-67" target="3jGHM4gsDuUQgRvfTwW8-5" edge="1">
          <mxGeometry relative="1" as="geometry" />
-         </mxCell>
-         <mxCell id="3jGHM4gsDuUQgRvfTwW8-67" value="" style="rhombus;whiteSpace=wrap;html=1;" parent="1" vertex="1">
-           <mxGeometry x="1223" y="-603" width="33" height="31" as="geometry" />
        </mxCell>
        <mxCell id="3jGHM4gsDuUQgRvfTwW8-72" style="edgeStyle=orthogonalEdgeStyle;shape=connector;rounded=0;orthogonalLoop=1;jettySize=auto;html=1;strokeColor=default;align=center;verticalAlign=middle;fontFamily=Helvetica;fontSize=11;fontColor=default;labelBackgroundColor=default;endArrow=none;endFill=0;" parent="1" source="3jGHM4gsDuUQgRvfTwW8-70" target="3jGHM4gsDuUQgRvfTwW8-6" edge="1">
          <mxGeometry relative="1" as="geometry" />
        </mxCell>
        <mxCell id="3jGHM4gsDuUQgRvfTwW8-70" value="" style="rhombus;whiteSpace=wrap;html=1;" parent="1" vertex="1">
          <mxGeometry x="1460.5" y="-608" width="33" height="31" as="geometry" />
        </mxCell>
        <mxCell id="3jGHM4gsDuUQgRvfTwW8-71" style="edgeStyle=orthogonalEdgeStyle;shape=connector;rounded=0;orthogonalLoop=1;jettySize=auto;html=1;strokeColor=default;align=center;verticalAlign=middle;fontFamily=Helvetica;fontSize=11;fontColor=default;labelBackgroundColor=default;endArrow=none;endFill=0;" parent="1" source="3jGHM4gsDuUQgRvfTwW8-23" target="3jGHM4gsDuUQgRvfTwW8-70" edge="1">
          <mxGeometry relative="1" as="geometry" />
        </mxCell>
        <mxCell id="3jGHM4gsDuUQgRvfTwW8-73" value="(0,*)" style="text;html=1;whiteSpace=wrap;strokeColor=none;fillColor=none;align=center;verticalAlign=middle;rounded=0;" parent="1" vertex="1">
          <mxGeometry x="1303" y="-494" width="34" height="30.8" as="geometry" />
        </mxCell>
        <mxCell id="3jGHM4gsDuUQgRvfTwW8-74" value="(1)" style="text;html=1;whiteSpace=wrap;strokeColor=none;fillColor=none;align=center;verticalAlign=middle;rounded=0;" parent="1" vertex="1">
          <mxGeometry x="1455" y="-685" width="22" height="21" as="geometry" />
        </mxCell>
        <mxCell id="3jGHM4gsDuUQgRvfTwW8-75" value="(0,*)" style="text;whiteSpace=wrap;fontFamily=Helvetica;fontSize=11;fontColor=default;labelBackgroundColor=default;" parent="1" vertex="1">
-           <mxGeometry x="1241" y="-531" width="27" height="28" as="geometry" />
-         </mxCell>
-         <mxCell id="3jGHM4gsDuUQgRvfTwW8-76" value="(0,*)" style="text;html=1;whiteSpace=wrap;strokeColor=none;fillColor=none;align=center;verticalAlign=middle;rounded=0;" parent="1" vertex="1">
-           <mxGeometry x="1241" y="-691.25" width="34" height="24" as="geometry" />
+           <mxGeometry x="1244" y="-535" width="27" height="28" as="geometry" />
        </mxCell>
        <mxCell id="3jGHM4gsDuUQgRvfTwW8-80" value="Copy" style="whiteSpace=wrap;html=1;fontFamily=Helvetica;fontSize=11;fontColor=default;labelBackgroundColor=default;" parent="1" vertex="1">
          <mxGeometry x="1180" y="-287" width="120" height="79.5" as="geometry" />
        </mxCell>
        <mxCell id="3jGHM4gsDuUQgRvfTwW8-81" value="Inventory" style="whiteSpace=wrap;html=1;fontFamily=Helvetica;fontSize=11;fontColor=default;labelBackgroundColor=default;" parent="1" vertex="1">
          <mxGeometry x="1497" y="-289" width="120" height="82" as="geometry" />
        </mxCell>
        <mxCell id="3jGHM4gsDuUQgRvfTwW8-82" value="" style="group" parent="1" vertex="1" connectable="0">
          <mxGeometry x="391" y="-294" width="210" height="117" as="geometry" />
        </mxCell>
        <mxCell id="3jGHM4gsDuUQgRvfTwW8-77" value="&lt;div&gt;&lt;span style=&quot;background-color: rgb(255, 255, 255); color: light-dark(rgb(0, 0, 0), rgb(255, 255, 255));&quot;&gt;&amp;nbsp;id&amp;nbsp;&lt;/span&gt;&lt;span style=&quot;color: light-dark(rgb(0, 0, 0), rgb(255, 255, 255)); background-color: rgb(255, 255, 255);&quot;&gt;&lt;span style=&quot;background-color: transparent; color: light-dark(rgb(0, 0, 0), rgb(255, 255, 255));&quot;&gt;⬤&lt;/span&gt;&lt;/span&gt;&lt;span style=&quot;color: light-dark(rgb(0, 0, 0), rgb(255, 255, 255)); background-color: rgb(255, 255, 255);&quot;&gt;–&lt;/span&gt;&lt;/div&gt;&lt;span style=&quot;background-color: rgb(255, 255, 255);&quot;&gt;&lt;div style=&quot;&quot;&gt;&lt;span style=&quot;color: light-dark(rgb(0, 0, 0), rgb(255, 255, 255)); background-color: rgb(255, 255, 255);&quot;&gt;&amp;nbsp;&lt;/span&gt;&lt;span style=&quot;background-color: transparent; color: light-dark(rgb(0, 0, 0), rgb(255, 255, 255));&quot;&gt;amount&amp;nbsp;&lt;/span&gt;&lt;span style=&quot;color: light-dark(rgb(0, 0, 0), rgb(255, 255, 255));&quot;&gt;◯–&lt;/span&gt;&lt;/div&gt;&lt;/span&gt;&lt;div&gt;reason&lt;span style=&quot;background-color: transparent; color: light-dark(rgb(0, 0, 0), rgb(255, 255, 255));&quot;&gt;&amp;nbsp;&lt;/span&gt;&lt;span style=&quot;color: light-dark(rgb(0, 0, 0), rgb(255, 255, 255)); background-color: rgb(255, 255, 255);&quot;&gt;◯–&lt;/span&gt;&lt;/div&gt;&lt;div&gt;issued_date&lt;span style=&quot;background-color: transparent; color: light-dark(rgb(0, 0, 0), rgb(255, 255, 255));&quot;&gt;&amp;nbsp;&lt;/span&gt;&lt;span style=&quot;color: light-dark(rgb(0, 0, 0), rgb(255, 255, 255)); background-color: rgb(255, 255, 255);&quot;&gt;◯–&lt;/span&gt;&lt;/div&gt;&lt;div&gt;paid_date&lt;span style=&quot;background-color: transparent; color: light-dark(rgb(0, 0, 0), rgb(255, 255, 255));&quot;&gt;&amp;nbsp;&lt;/span&gt;&lt;span style=&quot;color: light-dark(rgb(0, 0, 0), rgb(255, 255, 255)); background-color: rgb(255, 255, 255);&quot;&gt;◯–&lt;/span&gt;&lt;/div&gt;&lt;div&gt;fine_status&lt;span style=&quot;background-color: transparent; color: light-dark(rgb(0, 0, 0), rgb(255, 255, 255));&quot;&gt;&amp;nbsp;&lt;/span&gt;&lt;span style=&quot;color: light-dark(rgb(0, 0, 0), rgb(255, 255, 255)); background-color: rgb(255, 255, 255);&quot;&gt;◯–&lt;/span&gt;&lt;/div&gt;&lt;div&gt;loan&lt;span style=&quot;background-color: transparent; color: light-dark(rgb(0, 0, 0), rgb(255, 255, 255));&quot;&gt;&amp;nbsp;&lt;/span&gt;&lt;span style=&quot;color: light-dark(rgb(0, 0, 0), rgb(255, 255, 255)); background-color: rgb(255, 255, 255);&quot;&gt;◯–&lt;/span&gt;&lt;/div&gt;" style="text;html=1;align=right;verticalAlign=middle;whiteSpace=wrap;rounded=0;rotation=0;fillColor=none;" parent="3jGHM4gsDuUQgRvfTwW8-82" vertex="1">
          <mxGeometry width="92" height="117" as="geometry" />
        </mxCell>
        <mxCell id="3jGHM4gsDuUQgRvfTwW8-78" value="Fine" style="whiteSpace=wrap;html=1;fontFamily=Helvetica;fontSize=11;fontColor=default;labelBackgroundColor=default;" parent="3jGHM4gsDuUQgRvfTwW8-82" vertex="1">
          <mxGeometry x="90" y="3.5" width="120" height="110" as="geometry" />
        </mxCell>
        <mxCell id="3jGHM4gsDuUQgRvfTwW8-84" value="" style="group" parent="1" vertex="1" connectable="0">
          <mxGeometry x="787" y="-296" width="336" height="117" as="geometry" />
        </mxCell>
        <mxCell id="3jGHM4gsDuUQgRvfTwW8-79" value="Loan" style="whiteSpace=wrap;html=1;fontFamily=Helvetica;fontSize=11;fontColor=default;labelBackgroundColor=default;" parent="3jGHM4gsDuUQgRvfTwW8-84" vertex="1">
          <mxGeometry y="10" width="168" height="101" as="geometry" />
        </mxCell>
        <mxCell id="3jGHM4gsDuUQgRvfTwW8-83" value="&lt;div&gt;&lt;span style=&quot;background-color: rgb(255, 255, 255);&quot;&gt;&lt;span style=&quot;background-color: transparent; color: light-dark(rgb(0, 0, 0), rgb(255, 255, 255));&quot;&gt;–⬤&lt;/span&gt;&amp;nbsp;id&lt;/span&gt;&lt;/div&gt;&lt;span style=&quot;background-color: rgb(255, 255, 255);&quot;&gt;–◯&amp;nbsp;&lt;/span&gt;&lt;span style=&quot;background-color: rgb(255, 255, 255);&quot;&gt;loan_date&lt;/span&gt;&lt;br&gt;&lt;span style=&quot;background-color: rgb(255, 255, 255);&quot;&gt;–◯&amp;nbsp;&lt;/span&gt;&lt;span style=&quot;background-color: rgb(255, 255, 255);&quot;&gt;due_date&lt;/span&gt;&lt;br&gt;&lt;span style=&quot;background-color: rgb(255, 255, 255);&quot;&gt;–◯&amp;nbsp;&lt;/span&gt;&lt;span style=&quot;background-color: rgb(255, 255, 255);&quot;&gt;return_date&lt;/span&gt;&lt;br&gt;&lt;span style=&quot;background-color: rgb(255, 255, 255);&quot;&gt;–◯&amp;nbsp;&lt;/span&gt;&lt;span style=&quot;background-color: rgb(255, 255, 255);&quot;&gt;status&lt;br&gt;&lt;/span&gt;&lt;div&gt;&lt;span style=&quot;background-color: rgb(255, 255, 255); color: light-dark(rgb(0, 0, 0), rgb(255, 255, 255));&quot;&gt;–◯&amp;nbsp;&lt;/span&gt;user_id&lt;br&gt;&lt;span style=&quot;background-color: rgb(255, 255, 255);&quot;&gt;–◯&amp;nbsp;&lt;/span&gt;copy_id&lt;/div&gt;" style="text;html=1;align=left;verticalAlign=middle;whiteSpace=wrap;rounded=0;rotation=0;fillColor=none;" parent="3jGHM4gsDuUQgRvfTwW8-84" vertex="1">
          <mxGeometry x="167" width="169" height="117" as="geometry" />
        </mxCell>
        <mxCell id="3jGHM4gsDuUQgRvfTwW8-86" style="edgeStyle=orthogonalEdgeStyle;shape=connector;rounded=0;orthogonalLoop=1;jettySize=auto;html=1;strokeColor=default;align=center;verticalAlign=middle;fontFamily=Helvetica;fontSize=11;fontColor=default;labelBackgroundColor=default;endArrow=none;endFill=0;" parent="1" source="3jGHM4gsDuUQgRvfTwW8-85" target="3jGHM4gsDuUQgRvfTwW8-78" edge="1">
          <mxGeometry relative="1" as="geometry" />
        </mxCell>
        <mxCell id="3jGHM4gsDuUQgRvfTwW8-87" style="edgeStyle=orthogonalEdgeStyle;shape=connector;rounded=0;orthogonalLoop=1;jettySize=auto;html=1;strokeColor=default;align=center;verticalAlign=middle;fontFamily=Helvetica;fontSize=11;fontColor=default;labelBackgroundColor=default;endArrow=none;endFill=0;" parent="1" source="3jGHM4gsDuUQgRvfTwW8-85" target="3jGHM4gsDuUQgRvfTwW8-79" edge="1">
          <mxGeometry relative="1" as="geometry" />
        </mxCell>
        <mxCell id="3jGHM4gsDuUQgRvfTwW8-85" value="" style="rhombus;whiteSpace=wrap;html=1;" parent="1" vertex="1">
          <mxGeometry x="672" y="-251" width="33" height="31" as="geometry" />
        </mxCell>
        <mxCell id="3jGHM4gsDuUQgRvfTwW8-88" value="" style="rhombus;whiteSpace=wrap;html=1;" parent="1" vertex="1">
          <mxGeometry x="854.5" y="-475.5" width="33" height="31" as="geometry" />
        </mxCell>
        <mxCell id="3jGHM4gsDuUQgRvfTwW8-89" style="edgeStyle=orthogonalEdgeStyle;shape=connector;rounded=0;orthogonalLoop=1;jettySize=auto;html=1;strokeColor=default;align=center;verticalAlign=middle;fontFamily=Helvetica;fontSize=11;fontColor=default;labelBackgroundColor=default;endArrow=none;endFill=0;" parent="1" source="3jGHM4gsDuUQgRvfTwW8-79" target="3jGHM4gsDuUQgRvfTwW8-88" edge="1">
          <mxGeometry relative="1" as="geometry" />
        </mxCell>
        <mxCell id="3jGHM4gsDuUQgRvfTwW8-94" style="edgeStyle=orthogonalEdgeStyle;shape=connector;rounded=0;orthogonalLoop=1;jettySize=auto;html=1;strokeColor=default;align=center;verticalAlign=middle;fontFamily=Helvetica;fontSize=11;fontColor=default;labelBackgroundColor=default;endArrow=none;endFill=0;" parent="1" source="3jGHM4gsDuUQgRvfTwW8-92" target="3jGHM4gsDuUQgRvfTwW8-80" edge="1">
          <mxGeometry relative="1" as="geometry" />
        </mxCell>
        <mxCell id="3jGHM4gsDuUQgRvfTwW8-92" value="" style="rhombus;whiteSpace=wrap;html=1;" parent="1" vertex="1">
          <mxGeometry x="1092" y="-139" width="33" height="31" as="geometry" />
        </mxCell>
        <mxCell id="3jGHM4gsDuUQgRvfTwW8-93" style="edgeStyle=orthogonalEdgeStyle;shape=connector;rounded=0;orthogonalLoop=1;jettySize=auto;html=1;strokeColor=default;align=center;verticalAlign=middle;fontFamily=Helvetica;fontSize=11;fontColor=default;labelBackgroundColor=default;endArrow=none;endFill=0;" parent="1" source="3jGHM4gsDuUQgRvfTwW8-79" target="3jGHM4gsDuUQgRvfTwW8-92" edge="1">
          <mxGeometry relative="1" as="geometry">
            <Array as="points">
              <mxPoint x="895" y="-124" />
            </Array>
          </mxGeometry>
        </mxCell>
        <mxCell id="3jGHM4gsDuUQgRvfTwW8-95" value="(0,1)" style="text;html=1;whiteSpace=wrap;strokeColor=none;fillColor=none;align=center;verticalAlign=middle;rounded=0;fontFamily=Helvetica;fontSize=11;fontColor=default;labelBackgroundColor=default;" parent="1" vertex="1">
          <mxGeometry x="611" y="-256.00000000000006" width="26" height="21.675000000000004" as="geometry" />
        </mxCell>
        <mxCell id="3jGHM4gsDuUQgRvfTwW8-96" value="(1)" style="text;html=1;whiteSpace=wrap;strokeColor=none;fillColor=none;align=center;verticalAlign=middle;rounded=0;fontFamily=Helvetica;fontSize=11;fontColor=default;labelBackgroundColor=default;" parent="1" vertex="1">
          <mxGeometry x="759" y="-256" width="26" height="17" as="geometry" />
        </mxCell>
        <mxCell id="3jGHM4gsDuUQgRvfTwW8-97" value="(0,*)" style="text;html=1;whiteSpace=wrap;strokeColor=none;fillColor=none;align=center;verticalAlign=middle;rounded=0;fontFamily=Helvetica;fontSize=11;fontColor=default;labelBackgroundColor=default;" parent="1" vertex="1">
          <mxGeometry x="896" y="-182" width="26" height="17" as="geometry" />
        </mxCell>
        <mxCell id="3jGHM4gsDuUQgRvfTwW8-98" value="(1)" style="text;html=1;whiteSpace=wrap;strokeColor=none;fillColor=none;align=center;verticalAlign=middle;rounded=0;fontFamily=Helvetica;fontSize=11;fontColor=default;labelBackgroundColor=default;" parent="1" vertex="1">
          <mxGeometry x="1215" y="-207" width="26" height="17" as="geometry" />
        </mxCell>
        <mxCell id="3jGHM4gsDuUQgRvfTwW8-100" value="&lt;div&gt;&lt;span style=&quot;background-color: rgb(255, 255, 255);&quot;&gt;&amp;nbsp;id&amp;nbsp;&lt;/span&gt;&lt;span style=&quot;background-color: rgb(255, 255, 255); color: light-dark(rgb(0, 0, 0), rgb(255, 255, 255));&quot;&gt;⬤&lt;/span&gt;&lt;span style=&quot;background-color: rgb(255, 255, 255); color: light-dark(rgb(0, 0, 0), rgb(255, 255, 255));&quot;&gt;–&lt;/span&gt;&lt;/div&gt;&lt;span style=&quot;background-color: rgb(255, 255, 255);&quot;&gt;&amp;nbsp;&lt;/span&gt;&lt;span style=&quot;background-color: rgb(255, 255, 255);&quot;&gt;code&amp;nbsp;&lt;/span&gt;&lt;span style=&quot;background-color: rgb(255, 255, 255);&quot;&gt;◯&lt;/span&gt;&lt;span style=&quot;background-color: rgb(255, 255, 255);&quot;&gt;–&lt;/span&gt;&lt;br&gt;&lt;span style=&quot;background-color: rgb(255, 255, 255);&quot;&gt;status&lt;span style=&quot;background-color: rgb(255, 255, 255);&quot;&gt;&amp;nbsp;&lt;/span&gt;◯–&lt;br&gt;&lt;/span&gt;&lt;div&gt;book_id&lt;span style=&quot;background-color: rgb(255, 255, 255);&quot;&gt;&amp;nbsp;&lt;/span&gt;&lt;span style=&quot;background-color: rgb(255, 255, 255);&quot;&gt;◯&lt;/span&gt;&lt;span style=&quot;background-color: rgb(255, 255, 255);&quot;&gt;–&lt;/span&gt;&lt;br&gt;&lt;div&gt;inventory_id&lt;span style=&quot;color: light-dark(rgb(0, 0, 0), rgb(255, 255, 255)); background-color: rgb(255, 255, 255);&quot;&gt;&amp;nbsp;&lt;/span&gt;&lt;span style=&quot;color: light-dark(rgb(0, 0, 0), rgb(255, 255, 255)); background-color: rgb(255, 255, 255);&quot;&gt;◯&lt;/span&gt;&lt;span style=&quot;color: light-dark(rgb(0, 0, 0), rgb(255, 255, 255)); background-color: rgb(255, 255, 255);&quot;&gt;–&lt;/span&gt;&lt;/div&gt;&lt;/div&gt;" style="text;html=1;align=right;verticalAlign=middle;whiteSpace=wrap;rounded=0;rotation=0;fillColor=none;" parent="1" vertex="1">
          <mxGeometry x="1075" y="-294" width="106" height="87" as="geometry" />
        </mxCell>
        <mxCell id="3jGHM4gsDuUQgRvfTwW8-103" style="edgeStyle=orthogonalEdgeStyle;shape=connector;rounded=0;orthogonalLoop=1;jettySize=auto;html=1;strokeColor=default;align=center;verticalAlign=middle;fontFamily=Helvetica;fontSize=11;fontColor=default;labelBackgroundColor=default;endArrow=none;endFill=0;" parent="1" source="3jGHM4gsDuUQgRvfTwW8-102" target="3jGHM4gsDuUQgRvfTwW8-80" edge="1">
          <mxGeometry relative="1" as="geometry" />
        </mxCell>
        <mxCell id="3jGHM4gsDuUQgRvfTwW8-104" style="edgeStyle=orthogonalEdgeStyle;shape=connector;rounded=0;orthogonalLoop=1;jettySize=auto;html=1;strokeColor=default;align=center;verticalAlign=middle;fontFamily=Helvetica;fontSize=11;fontColor=default;labelBackgroundColor=default;endArrow=none;endFill=0;" parent="1" source="3jGHM4gsDuUQgRvfTwW8-102" target="3jGHM4gsDuUQgRvfTwW8-23" edge="1">
          <mxGeometry relative="1" as="geometry" />
        </mxCell>
        <mxCell id="3jGHM4gsDuUQgRvfTwW8-102" value="" style="rhombus;whiteSpace=wrap;html=1;" parent="1" vertex="1">
          <mxGeometry x="1223" y="-370" width="33" height="31" as="geometry" />
        </mxCell>
        <mxCell id="3jGHM4gsDuUQgRvfTwW8-105" value="(1)" style="text;html=1;whiteSpace=wrap;strokeColor=none;fillColor=none;align=center;verticalAlign=middle;rounded=0;" parent="1" vertex="1">
          <mxGeometry x="1216" y="-418" width="25" height="18" as="geometry" />
        </mxCell>
        <mxCell id="3jGHM4gsDuUQgRvfTwW8-107" value="(0,*)" style="text;whiteSpace=wrap;fontFamily=Helvetica;fontSize=11;fontColor=default;labelBackgroundColor=default;" parent="1" vertex="1">
          <mxGeometry x="1211.57" y="-313" width="29.43" height="26" as="geometry" />
        </mxCell>
-         <mxCell id="3jGHM4gsDuUQgRvfTwW8-108" value="&lt;div&gt;&lt;span style=&quot;background-color: rgb(255, 255, 255);&quot;&gt;&lt;span style=&quot;background-color: transparent; color: light-dark(rgb(0, 0, 0), rgb(255, 255, 255));&quot;&gt;–⬤&lt;/span&gt;&amp;nbsp;id&lt;/span&gt;&lt;/div&gt;&lt;div&gt;&lt;span style=&quot;background-color: rgb(255, 255, 255); color: light-dark(rgb(0, 0, 0), rgb(255, 255, 255));&quot;&gt;–◯&amp;nbsp;&lt;/span&gt;&lt;/div&gt;&lt;div&gt;&lt;span style=&quot;background-color: rgb(255, 255, 255); color: light-dark(rgb(0, 0, 0), rgb(255, 255, 255));&quot;&gt;–◯&lt;/span&gt;&amp;nbsp;total_quantity&lt;/div&gt;&lt;div&gt;&lt;span style=&quot;background-color: rgb(255, 255, 255); color: light-dark(rgb(0, 0, 0), rgb(255, 255, 255));&quot;&gt;&lt;span style=&quot;color: light-dark(rgb(0, 0, 0), rgb(255, 255, 255));&quot;&gt;–◯&amp;nbsp;&lt;/span&gt;sector&lt;/span&gt;&lt;/div&gt;&lt;span style=&quot;background-color: rgb(255, 255, 255);&quot;&gt;–◯ shelf&lt;/span&gt;&lt;br&gt;&lt;span style=&quot;background-color: rgb(255, 255, 255);&quot;&gt;–◯ row&lt;/span&gt;" style="text;html=1;align=left;verticalAlign=middle;whiteSpace=wrap;rounded=0;rotation=0;fillColor=none;" parent="1" vertex="1">
+         <mxCell id="3jGHM4gsDuUQgRvfTwW8-108" value="&lt;div&gt;&lt;span style=&quot;background-color: rgb(255, 255, 255);&quot;&gt;&lt;span style=&quot;background-color: transparent; color: light-dark(rgb(0, 0, 0), rgb(255, 255, 255));&quot;&gt;–⬤&lt;/span&gt;&amp;nbsp;id&lt;/span&gt;&lt;/div&gt;&lt;div&gt;&lt;span style=&quot;background-color: rgb(255, 255, 255); color: light-dark(rgb(0, 0, 0), rgb(255, 255, 255));&quot;&gt;–◯&lt;/span&gt;&amp;nbsp;total_quantity&lt;/div&gt;&lt;div&gt;&lt;span style=&quot;background-color: rgb(255, 255, 255); color: light-dark(rgb(0, 0, 0), rgb(255, 255, 255));&quot;&gt;&lt;span style=&quot;color: light-dark(rgb(0, 0, 0), rgb(255, 255, 255));&quot;&gt;–◯&amp;nbsp;&lt;/span&gt;sector&lt;/span&gt;&lt;/div&gt;&lt;span style=&quot;background-color: rgb(255, 255, 255);&quot;&gt;–◯ shelf&lt;/span&gt;&lt;br&gt;&lt;span style=&quot;background-color: rgb(255, 255, 255);&quot;&gt;–◯ row&lt;/span&gt;" style="text;html=1;align=left;verticalAlign=middle;whiteSpace=wrap;rounded=0;rotation=0;fillColor=none;" parent="1" vertex="1">
          <mxGeometry x="1617" y="-291" width="169" height="80" as="geometry" />
        </mxCell>
        <mxCell id="3jGHM4gsDuUQgRvfTwW8-110" style="edgeStyle=orthogonalEdgeStyle;shape=connector;rounded=0;orthogonalLoop=1;jettySize=auto;html=1;strokeColor=default;align=center;verticalAlign=middle;fontFamily=Helvetica;fontSize=11;fontColor=default;labelBackgroundColor=default;endArrow=none;endFill=0;" parent="1" source="3jGHM4gsDuUQgRvfTwW8-109" target="3jGHM4gsDuUQgRvfTwW8-80" edge="1">
          <mxGeometry relative="1" as="geometry" />
        </mxCell>
        <mxCell id="3jGHM4gsDuUQgRvfTwW8-111" style="edgeStyle=orthogonalEdgeStyle;shape=connector;rounded=0;orthogonalLoop=1;jettySize=auto;html=1;strokeColor=default;align=center;verticalAlign=middle;fontFamily=Helvetica;fontSize=11;fontColor=default;labelBackgroundColor=default;endArrow=none;endFill=0;" parent="1" source="3jGHM4gsDuUQgRvfTwW8-109" target="3jGHM4gsDuUQgRvfTwW8-81" edge="1">
          <mxGeometry relative="1" as="geometry" />
        </mxCell>
        <mxCell id="3jGHM4gsDuUQgRvfTwW8-109" value="" style="rhombus;whiteSpace=wrap;html=1;" parent="1" vertex="1">
          <mxGeometry x="1372" y="-263" width="33" height="31" as="geometry" />
        </mxCell>
        <mxCell id="3jGHM4gsDuUQgRvfTwW8-112" value="&lt;span&gt;(0,1)&lt;/span&gt;" style="text;html=1;whiteSpace=wrap;strokeColor=none;fillColor=none;align=center;verticalAlign=middle;rounded=0;fontFamily=Helvetica;fontSize=11;fontColor=default;labelBackgroundColor=default;" parent="1" vertex="1">
          <mxGeometry x="1302" y="-272" width="31" height="21" as="geometry" />
        </mxCell>
        <mxCell id="3jGHM4gsDuUQgRvfTwW8-113" value="&lt;span&gt;(0,1)&lt;/span&gt;" style="text;html=1;whiteSpace=wrap;strokeColor=none;fillColor=none;align=center;verticalAlign=middle;rounded=0;fontFamily=Helvetica;fontSize=11;fontColor=default;labelBackgroundColor=default;" parent="1" vertex="1">
          <mxGeometry x="1468" y="-270.94" width="29" height="19.942028985507246" as="geometry" />
        </mxCell>
        <mxCell id="3jGHM4gsDuUQgRvfTwW8-114" value="(1)" style="text;html=1;whiteSpace=wrap;strokeColor=none;fillColor=none;align=center;verticalAlign=middle;rounded=0;fontFamily=Helvetica;fontSize=11;fontColor=default;labelBackgroundColor=default;" parent="1" vertex="1">
          <mxGeometry x="774" y="-483" width="26" height="17" as="geometry" />
        </mxCell>
        <mxCell id="3jGHM4gsDuUQgRvfTwW8-115" value="(0,*)" style="text;html=1;whiteSpace=wrap;strokeColor=none;fillColor=none;align=center;verticalAlign=middle;rounded=0;fontFamily=Helvetica;fontSize=11;fontColor=default;labelBackgroundColor=default;" parent="1" vertex="1">
          <mxGeometry x="847" y="-313" width="26" height="17" as="geometry" />
        </mxCell>
        <mxCell id="FRp6tLEvb4SWKAX3qtxL-1" value="" style="group" vertex="1" connectable="0" parent="1">
          <mxGeometry x="652" y="-869.75" width="120" height="178.5" as="geometry" />
        </mxCell>
        <mxCell id="3jGHM4gsDuUQgRvfTwW8-2" value="Person" style="rounded=0;whiteSpace=wrap;html=1;" parent="FRp6tLEvb4SWKAX3qtxL-1" vertex="1">
          <mxGeometry y="118.5" width="120" height="60" as="geometry" />
        </mxCell>
        <mxCell id="3jGHM4gsDuUQgRvfTwW8-11" value="&lt;div&gt;&lt;span style=&quot;background-color: rgb(255, 255, 255);&quot;&gt;&lt;span style=&quot;background-color: transparent; color: light-dark(rgb(0, 0, 0), rgb(255, 255, 255));&quot;&gt;–⬤&lt;/span&gt;&amp;nbsp;id&lt;/span&gt;&lt;/div&gt;&lt;div&gt;&lt;span style=&quot;background-color: rgb(255, 255, 255);&quot;&gt;&lt;div&gt;&lt;span style=&quot;color: light-dark(rgb(0, 0, 0), rgb(255, 255, 255));&quot;&gt;–◯&lt;/span&gt;&lt;span style=&quot;color: light-dark(rgb(0, 0, 0), rgb(255, 255, 255));&quot;&gt;&amp;nbsp;&lt;/span&gt;name&lt;/div&gt;&lt;div&gt;&lt;span style=&quot;color: light-dark(rgb(0, 0, 0), rgb(255, 255, 255));&quot;&gt;–◯&lt;/span&gt;&lt;span style=&quot;color: light-dark(rgb(0, 0, 0), rgb(255, 255, 255));&quot;&gt;&amp;nbsp;&lt;/span&gt;email&lt;/div&gt;&lt;div&gt;&lt;span style=&quot;color: light-dark(rgb(0, 0, 0), rgb(255, 255, 255));&quot;&gt;–◯&lt;/span&gt;&lt;span style=&quot;color: light-dark(rgb(0, 0, 0), rgb(255, 255, 255));&quot;&gt;&amp;nbsp;&lt;/span&gt;birth_date&lt;/div&gt;&lt;div&gt;&lt;span style=&quot;color: light-dark(rgb(0, 0, 0), rgb(255, 255, 255));&quot;&gt;–◯&lt;/span&gt;&lt;span style=&quot;color: light-dark(rgb(0, 0, 0), rgb(255, 255, 255));&quot;&gt;&amp;nbsp;&lt;/span&gt;author_id&lt;/div&gt;&lt;div&gt;&lt;span style=&quot;color: light-dark(rgb(0, 0, 0), rgb(255, 255, 255));&quot;&gt;–◯&lt;/span&gt;&lt;span style=&quot;color: light-dark(rgb(0, 0, 0), rgb(255, 255, 255));&quot;&gt;&amp;nbsp;&lt;/span&gt;user_id&lt;/div&gt;&lt;/span&gt;&lt;/div&gt;" style="text;html=1;align=left;verticalAlign=middle;whiteSpace=wrap;rounded=0;rotation=-90;fillColor=none;" parent="FRp6tLEvb4SWKAX3qtxL-1" vertex="1">
          <mxGeometry x="-12.5" y="13.75" width="119.5" height="92" as="geometry" />
        </mxCell>
-         <mxCell id="FRp6tLEvb4SWKAX3qtxL-4" value="&lt;div&gt;&lt;span style=&quot;background-color: rgb(255, 255, 255);&quot;&gt;&lt;span style=&quot;background-color: transparent; color: light-dark(rgb(0, 0, 0), rgb(255, 255, 255));&quot;&gt;–&lt;/span&gt;&lt;/span&gt;&lt;span style=&quot;background-color: rgb(255, 255, 255); color: light-dark(rgb(0, 0, 0), rgb(255, 255, 255));&quot;&gt;◯&lt;/span&gt;&lt;span style=&quot;background-color: rgb(255, 255, 255); color: light-dark(rgb(0, 0, 0), rgb(255, 255, 255));&quot;&gt;&amp;nbsp;role_id&lt;/span&gt;&lt;/div&gt;&lt;div&gt;&lt;span style=&quot;background-color: rgb(255, 255, 255); color: light-dark(rgb(0, 0, 0), rgb(255, 255, 255));&quot;&gt;&lt;br&gt;&lt;/span&gt;&lt;/div&gt;&lt;span style=&quot;background-color: rgb(255, 255, 255);&quot;&gt;–◯ &lt;/span&gt;&lt;span&gt;user_id&lt;/span&gt;" style="text;html=1;align=left;verticalAlign=middle;whiteSpace=wrap;rounded=0;rotation=-90;fillColor=none;" vertex="1" parent="1">
-           <mxGeometry x="528.25" y="-535.5" width="74.5" height="41.5" as="geometry" />
+         <mxCell id="FRp6tLEvb4SWKAX3qtxL-4" value="&lt;div&gt;&lt;span style=&quot;background-color: rgb(255, 255, 255); color: light-dark(rgb(0, 0, 0), rgb(255, 255, 255));&quot;&gt;role_id&amp;nbsp;&lt;/span&gt;&lt;span style=&quot;color: light-dark(rgb(0, 0, 0), rgb(255, 255, 255)); background-color: rgb(255, 255, 255);&quot;&gt;◯&lt;/span&gt;&lt;span style=&quot;background-color: rgb(255, 255, 255); color: light-dark(rgb(0, 0, 0), rgb(255, 255, 255));&quot;&gt;–&lt;/span&gt;&lt;/div&gt;&lt;span&gt;&lt;div style=&quot;&quot;&gt;&lt;span style=&quot;background-color: transparent; color: light-dark(rgb(0, 0, 0), rgb(255, 255, 255));&quot;&gt;user_id&lt;/span&gt;&lt;span style=&quot;color: light-dark(rgb(0, 0, 0), rgb(255, 255, 255)); background-color: rgb(255, 255, 255);&quot;&gt;&amp;nbsp;&lt;/span&gt;&lt;span style=&quot;color: light-dark(rgb(0, 0, 0), rgb(255, 255, 255)); background-color: rgb(255, 255, 255);&quot;&gt;◯&lt;/span&gt;&lt;span style=&quot;color: light-dark(rgb(0, 0, 0), rgb(255, 255, 255)); background-color: rgb(255, 255, 255);&quot;&gt;–&lt;/span&gt;&lt;/div&gt;&lt;/span&gt;" style="text;html=1;align=right;verticalAlign=middle;whiteSpace=wrap;rounded=0;rotation=0;fillColor=none;" vertex="1" parent="1">
+           <mxGeometry x="422" y="-394.5" width="74.5" height="41.5" as="geometry" />
+         </mxCell>
+         <mxCell id="FRp6tLEvb4SWKAX3qtxL-8" value="&lt;div&gt;&lt;span style=&quot;background-color: transparent; color: light-dark(rgb(0, 0, 0), rgb(255, 255, 255));&quot;&gt;book_id&amp;nbsp;&lt;/span&gt;&lt;span style=&quot;color: light-dark(rgb(0, 0, 0), rgb(255, 255, 255)); background-color: rgb(255, 255, 255);&quot;&gt;◯&lt;/span&gt;&lt;span style=&quot;color: light-dark(rgb(0, 0, 0), rgb(255, 255, 255)); background-color: rgb(255, 255, 255);&quot;&gt;–&lt;/span&gt;&lt;/div&gt;&lt;div&gt;author_id&amp;nbsp;&lt;span style=&quot;background-color: rgb(255, 255, 255);&quot;&gt;◯&lt;/span&gt;&lt;span style=&quot;background-color: rgb(255, 255, 255);&quot;&gt;–&lt;/span&gt;&lt;/div&gt;" style="text;html=1;align=right;verticalAlign=middle;whiteSpace=wrap;rounded=0;rotation=0;fillColor=none;" vertex="1" parent="1">
+           <mxGeometry x="859" y="-608" width="95" height="38.48" as="geometry" />
+         </mxCell>
+         <mxCell id="FRp6tLEvb4SWKAX3qtxL-9" value="&lt;div&gt;&lt;span style=&quot;background-color: transparent; color: light-dark(rgb(0, 0, 0), rgb(255, 255, 255));&quot;&gt;role_id&amp;nbsp;&lt;/span&gt;&lt;span style=&quot;color: light-dark(rgb(0, 0, 0), rgb(255, 255, 255)); background-color: rgb(255, 255, 255);&quot;&gt;◯&lt;/span&gt;&lt;span style=&quot;color: light-dark(rgb(0, 0, 0), rgb(255, 255, 255)); background-color: rgb(255, 255, 255);&quot;&gt;–&lt;/span&gt;&lt;/div&gt;&lt;div&gt;permission_id&amp;nbsp;&lt;span style=&quot;background-color: rgb(255, 255, 255);&quot;&gt;◯&lt;/span&gt;&lt;span style=&quot;background-color: rgb(255, 255, 255);&quot;&gt;–&lt;/span&gt;&lt;/div&gt;" style="text;html=1;align=right;verticalAlign=middle;whiteSpace=wrap;rounded=0;rotation=0;fillColor=none;" vertex="1" parent="1">
+           <mxGeometry x="267" y="-619.49" width="95" height="38.48" as="geometry" />
+         </mxCell>
+         <mxCell id="FRp6tLEvb4SWKAX3qtxL-12" value="" style="group" vertex="1" connectable="0" parent="1">
+           <mxGeometry x="1229" y="-633.5" width="222" height="74" as="geometry" />
+         </mxCell>
+         <mxCell id="3jGHM4gsDuUQgRvfTwW8-67" value="book_categories" style="rhombus;whiteSpace=wrap;html=1;" parent="FRp6tLEvb4SWKAX3qtxL-12" vertex="1">
+           <mxGeometry x="-13" width="112" height="74" as="geometry" />
+         </mxCell>
+         <mxCell id="FRp6tLEvb4SWKAX3qtxL-6" value="&lt;div&gt;&lt;span style=&quot;background-color: rgb(255, 255, 255);&quot;&gt;&lt;span style=&quot;background-color: transparent; color: light-dark(rgb(0, 0, 0), rgb(255, 255, 255));&quot;&gt;–&lt;/span&gt;&lt;/span&gt;&lt;span style=&quot;background-color: rgb(255, 255, 255); color: light-dark(rgb(0, 0, 0), rgb(255, 255, 255));&quot;&gt;◯&lt;/span&gt;&lt;span style=&quot;background-color: rgb(255, 255, 255); color: light-dark(rgb(0, 0, 0), rgb(255, 255, 255));&quot;&gt;&amp;nbsp;book_id&lt;/span&gt;&lt;/div&gt;&lt;span style=&quot;background-color: rgb(255, 255, 255);&quot;&gt;–◯ &lt;/span&gt;&lt;span&gt;category_id&lt;/span&gt;" style="text;html=1;align=left;verticalAlign=middle;whiteSpace=wrap;rounded=0;rotation=0;fillColor=none;" vertex="1" parent="FRp6tLEvb4SWKAX3qtxL-12">
+           <mxGeometry x="96" y="13.5" width="126" height="41.5" as="geometry" />
+         </mxCell>
+         <mxCell id="FRp6tLEvb4SWKAX3qtxL-13" value="" style="group" vertex="1" connectable="0" parent="1">
+           <mxGeometry x="1212" y="-846" width="120" height="175" as="geometry" />
+         </mxCell>
+         <mxCell id="3jGHM4gsDuUQgRvfTwW8-19" value="" style="group" parent="FRp6tLEvb4SWKAX3qtxL-13" vertex="1" connectable="0">
+           <mxGeometry width="120" height="151" as="geometry" />
+         </mxCell>
+         <mxCell id="3jGHM4gsDuUQgRvfTwW8-5" value="Category" style="whiteSpace=wrap;html=1;" parent="3jGHM4gsDuUQgRvfTwW8-19" vertex="1">
+           <mxGeometry y="91" width="120" height="60" as="geometry" />
+         </mxCell>
+         <mxCell id="3jGHM4gsDuUQgRvfTwW8-16" value="&lt;div&gt;&lt;span style=&quot;background-color: rgb(255, 255, 255);&quot;&gt;&lt;span style=&quot;background-color: transparent; color: light-dark(rgb(0, 0, 0), rgb(255, 255, 255));&quot;&gt;–⬤&lt;/span&gt;&amp;nbsp;id&lt;/span&gt;&lt;/div&gt;&lt;span style=&quot;background-color: rgb(255, 255, 255);&quot;&gt;–◯ t&lt;/span&gt;itle&lt;br&gt;&lt;div&gt;&lt;span style=&quot;background-color: rgb(255, 255, 255); color: light-dark(rgb(0, 0, 0), rgb(255, 255, 255));&quot;&gt;–◯&lt;/span&gt;&amp;nbsp;description&lt;br&gt;&lt;/div&gt;" style="text;html=1;align=left;verticalAlign=middle;whiteSpace=wrap;rounded=0;rotation=-90;fillColor=none;" parent="3jGHM4gsDuUQgRvfTwW8-19" vertex="1">
+           <mxGeometry x="-19.5" y="20.5" width="92" height="51" as="geometry" />
+         </mxCell>
+         <mxCell id="3jGHM4gsDuUQgRvfTwW8-76" value="(0,*)" style="text;html=1;whiteSpace=wrap;strokeColor=none;fillColor=none;align=center;verticalAlign=middle;rounded=0;" parent="FRp6tLEvb4SWKAX3qtxL-13" vertex="1">
+           <mxGeometry x="24" y="151" width="34" height="24" as="geometry" />
        </mxCell>
      </root>
    </mxGraphModel>
  </diagram>
</mxfile>
